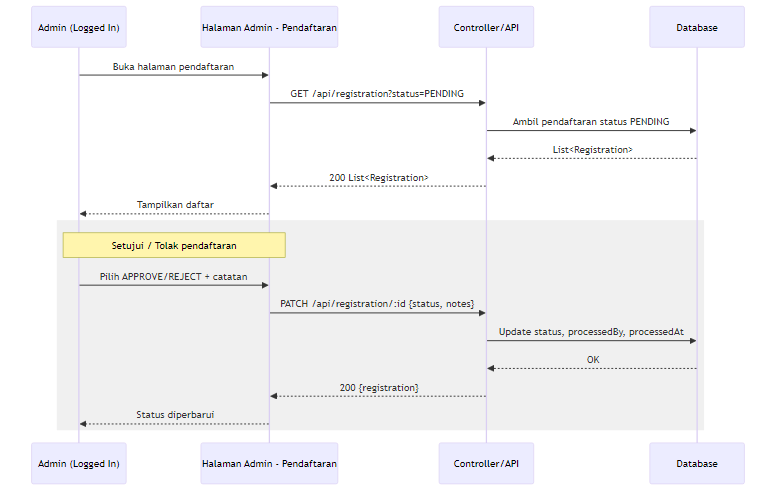
Before: public/diagrams/seq_manajemen_pendaftaran.png, a diagram exported from Mermaid (QilAqil/PPTB_BQ). Its source is kept beside it as diagrams/seq_manajemen_pendaftaran.mmd.
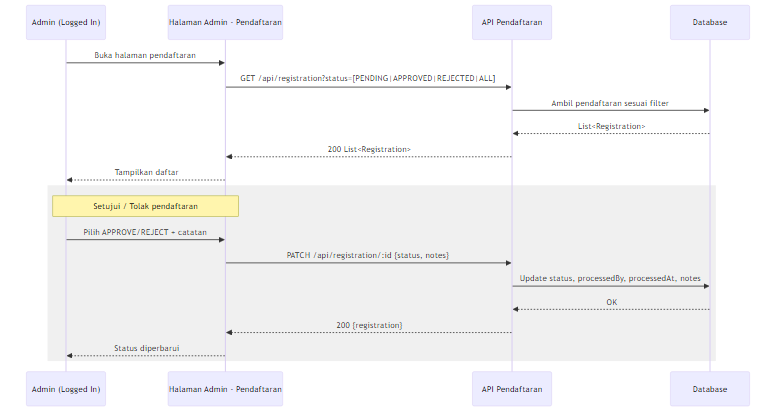
Above is the later version.

The edit, as a diff of the source:
```diff
@@ -1,12 +1,12 @@
 sequenceDiagram
   participant A as Admin (Logged In)
   participant UI as Halaman Admin - Pendaftaran
-  participant API as Controller/API
+  participant API as API Pendaftaran
   participant DB as Database
 
   A->>UI: Buka halaman pendaftaran
-  UI->>API: GET /api/registration?status=PENDING
-  API->>DB: Ambil pendaftaran status PENDING
+  UI->>API: GET /api/registration?status=[PENDING|APPROVED|REJECTED|ALL]
+  API->>DB: Ambil pendaftaran sesuai filter
   DB-->>API: List<Registration>
   API-->>UI: 200 List<Registration>
   UI-->>A: Tampilkan daftar
@@ -15,7 +15,7 @@
     note over A,UI: Setujui / Tolak pendaftaran
     A->>UI: Pilih APPROVE/REJECT + catatan
     UI->>API: PATCH /api/registration/:id {status, notes}
-    API->>DB: Update status, processedBy, processedAt
+    API->>DB: Update status, processedBy, processedAt, notes
     DB-->>API: OK
     API-->>UI: 200 {registration}
     UI-->>A: Status diperbarui
```
